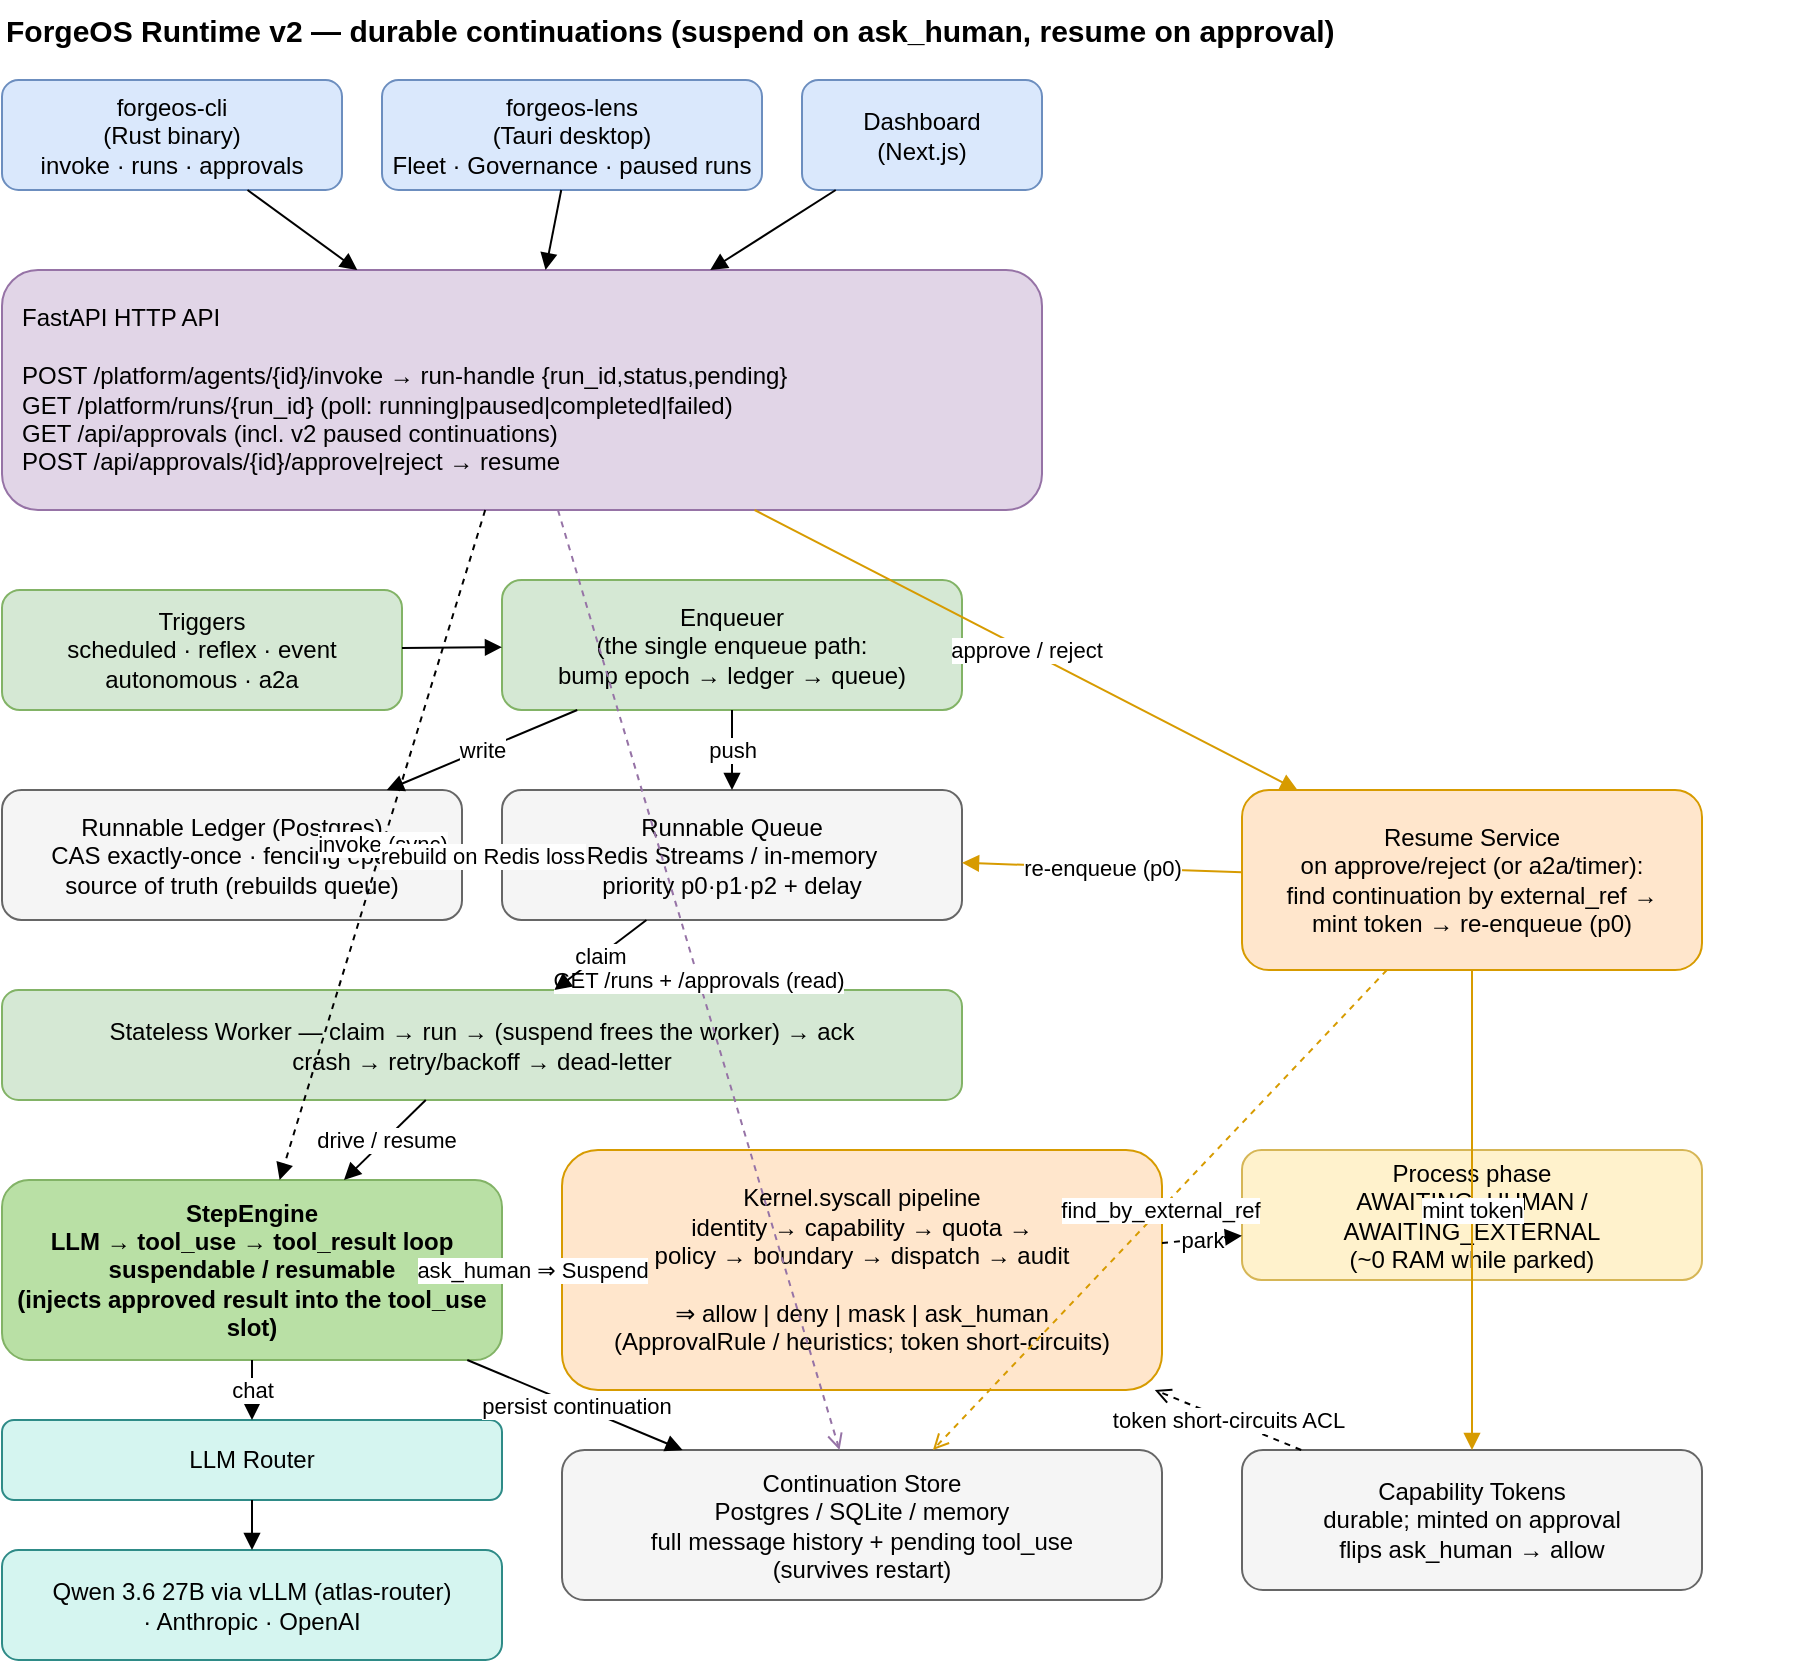
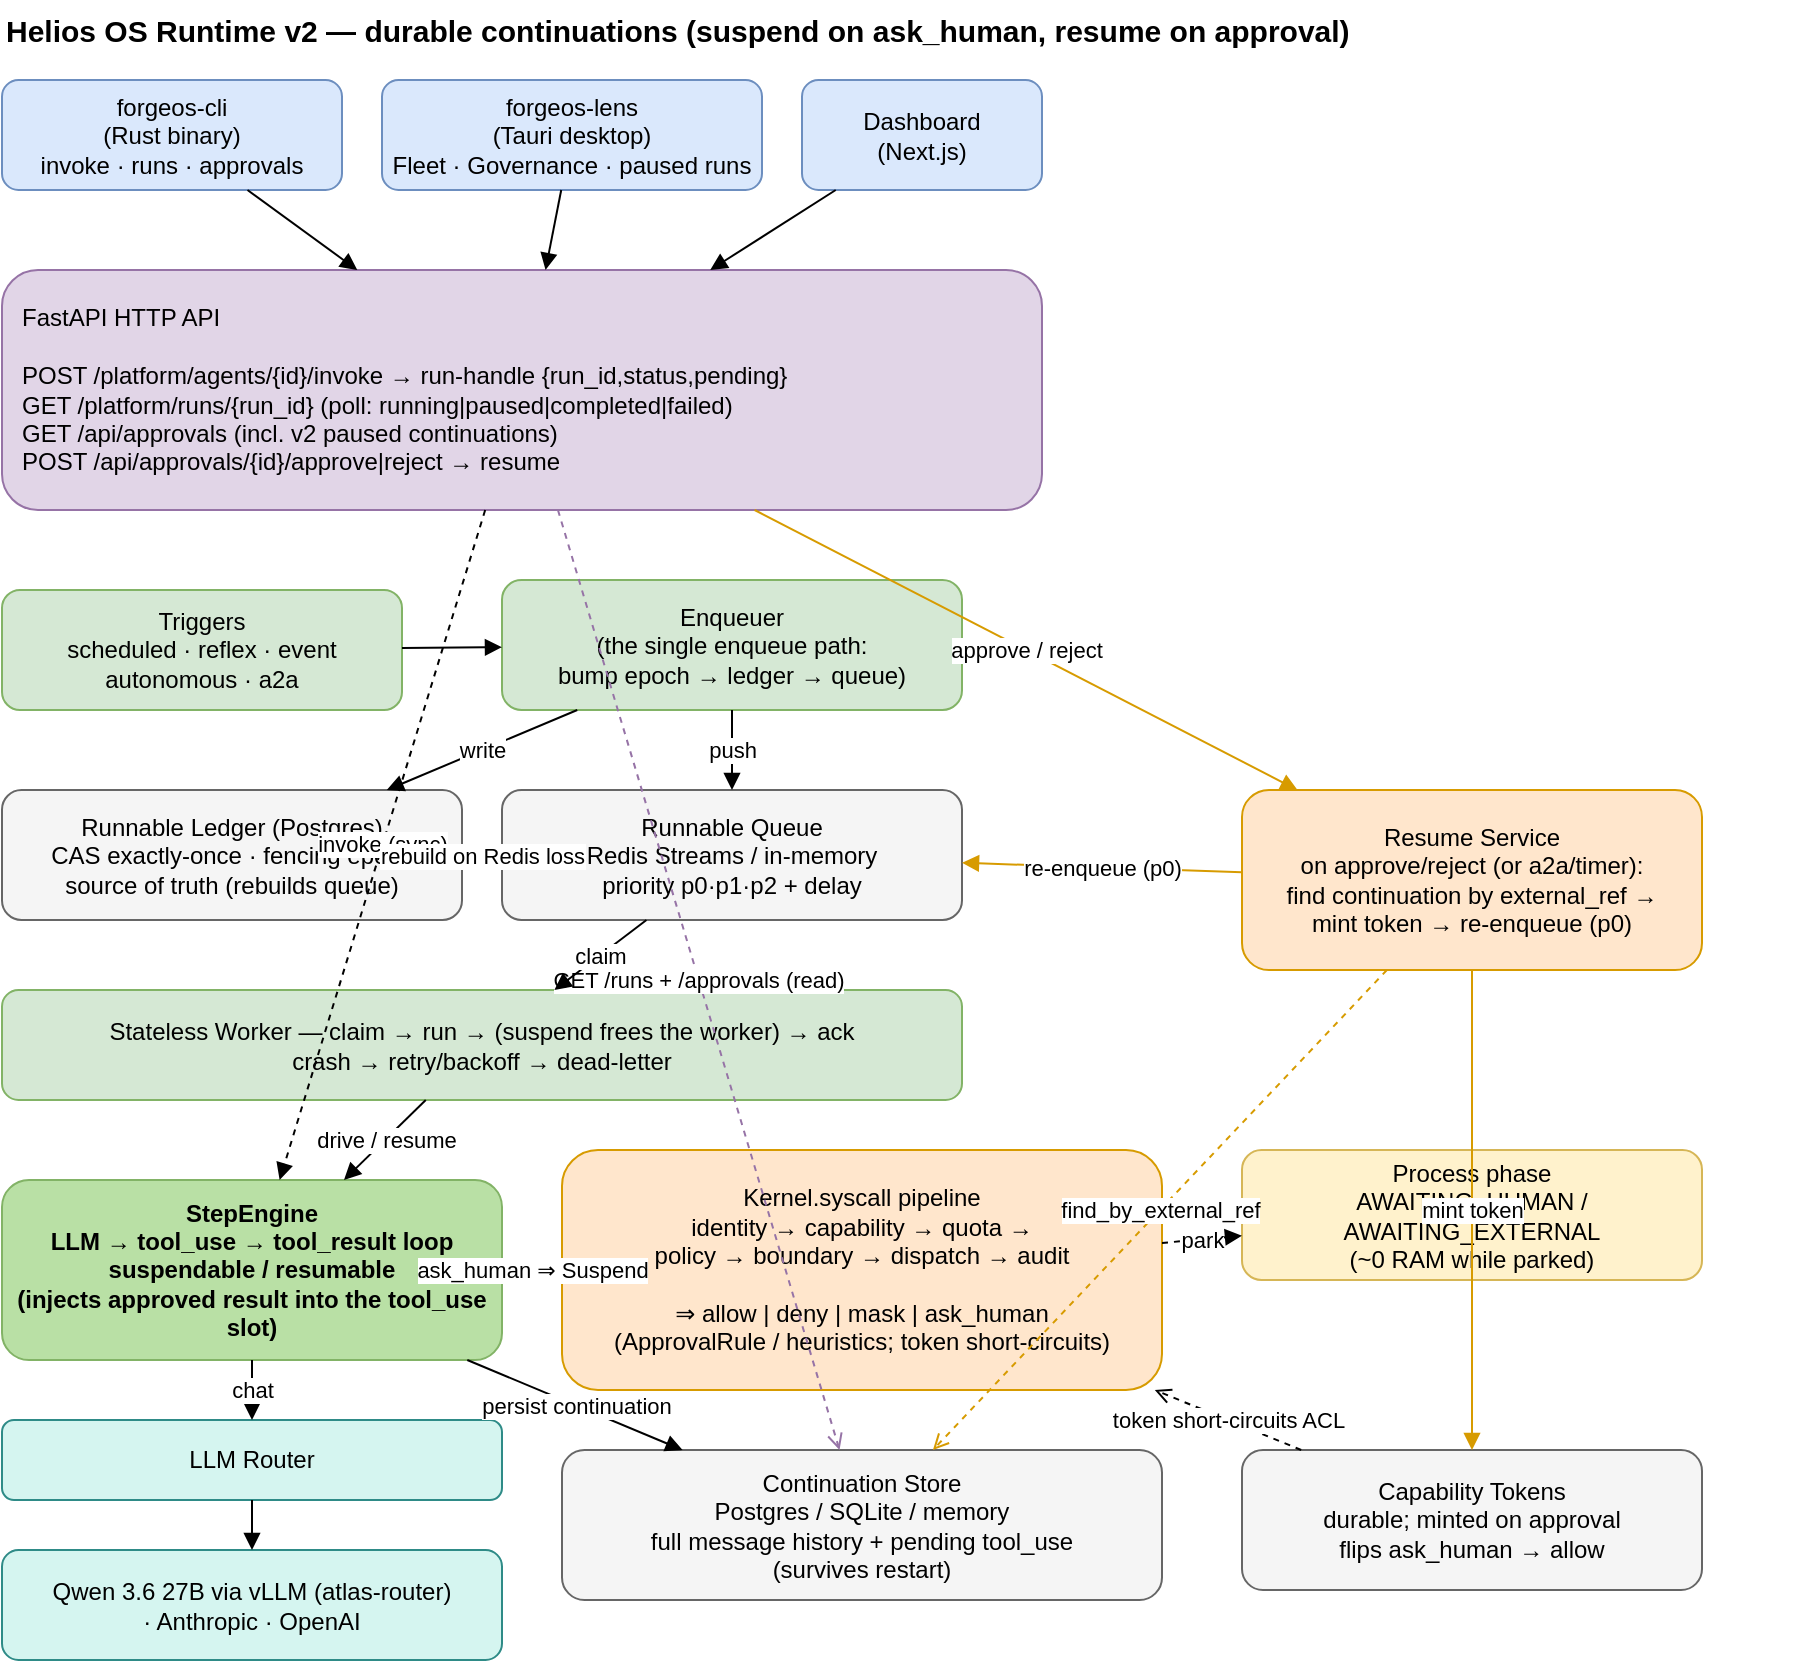
<mxfile host="app.diagrams.net" agent="forgeos" version="24.0.0">
-   <diagram id="runtime-v2" name="ForgeOS Runtime v2 — Durable Continuations">
+   <diagram id="runtime-v2" name="Helios OS Runtime v2 — Durable Continuations">
    <mxGraphModel dx="1100" dy="800" grid="1" gridSize="10" guides="1" tooltips="1" connect="1" arrows="1" fold="1" page="1" pageScale="1" pageWidth="1169" pageHeight="900" math="0" shadow="0">
      <root>
        <mxCell id="0" />
        <mxCell id="1" parent="0" />

        <!-- Title -->
-         <mxCell id="title" value="ForgeOS Runtime v2 — durable continuations (suspend on ask_human, resume on approval)" style="text;html=1;fontStyle=1;fontSize=15;align=left;verticalAlign=middle;" vertex="1" parent="1">
+         <mxCell id="title" value="Helios OS Runtime v2 — durable continuations (suspend on ask_human, resume on approval)" style="text;html=1;fontStyle=1;fontSize=15;align=left;verticalAlign=middle;" vertex="1" parent="1">
          <mxGeometry x="40" y="20" width="900" height="30" as="geometry" />
        </mxCell>

        <!-- Clients -->
        <mxCell id="cli" value="forgeos-cli&#10;(Rust binary)&#10;invoke · runs · approvals" style="rounded=1;whiteSpace=wrap;html=1;fillColor=#dae8fc;strokeColor=#6c8ebf;" vertex="1" parent="1">
          <mxGeometry x="40" y="60" width="170" height="55" as="geometry" />
        </mxCell>
        <mxCell id="lens" value="forgeos-lens&#10;(Tauri desktop)&#10;Fleet · Governance · paused runs" style="rounded=1;whiteSpace=wrap;html=1;fillColor=#dae8fc;strokeColor=#6c8ebf;" vertex="1" parent="1">
          <mxGeometry x="230" y="60" width="190" height="55" as="geometry" />
        </mxCell>
        <mxCell id="dash" value="Dashboard&#10;(Next.js)" style="rounded=1;whiteSpace=wrap;html=1;fillColor=#dae8fc;strokeColor=#6c8ebf;" vertex="1" parent="1">
          <mxGeometry x="440" y="60" width="120" height="55" as="geometry" />
        </mxCell>

        <!-- HTTP API -->
        <mxCell id="api" value="FastAPI HTTP API&#10;&#10;POST /platform/agents/{id}/invoke  →  run-handle {run_id,status,pending}&#10;GET  /platform/runs/{run_id}        (poll: running|paused|completed|failed)&#10;GET  /api/approvals                  (incl. v2 paused continuations)&#10;POST /api/approvals/{id}/approve|reject  →  resume" style="rounded=1;whiteSpace=wrap;html=1;align=left;fillColor=#e1d5e7;strokeColor=#9673a6;spacingLeft=8;" vertex="1" parent="1">
          <mxGeometry x="40" y="155" width="520" height="120" as="geometry" />
        </mxCell>

        <!-- Triggers + Enqueuer -->
        <mxCell id="triggers" value="Triggers&#10;scheduled · reflex · event&#10;autonomous · a2a" style="rounded=1;whiteSpace=wrap;html=1;fillColor=#d5e8d4;strokeColor=#82b366;" vertex="1" parent="1">
          <mxGeometry x="40" y="315" width="200" height="60" as="geometry" />
        </mxCell>
        <mxCell id="enqueuer" value="Enqueuer&#10;(the single enqueue path:&#10;bump epoch → ledger → queue)" style="rounded=1;whiteSpace=wrap;html=1;fillColor=#d5e8d4;strokeColor=#82b366;" vertex="1" parent="1">
          <mxGeometry x="290" y="310" width="230" height="65" as="geometry" />
        </mxCell>

        <!-- Ledger + Queue -->
        <mxCell id="ledger" value="Runnable Ledger (Postgres)&#10;CAS exactly-once · fencing epoch&#10;source of truth (rebuilds queue)" style="rounded=1;whiteSpace=wrap;html=1;fillColor=#f5f5f5;strokeColor=#666666;" vertex="1" parent="1">
          <mxGeometry x="40" y="415" width="230" height="65" as="geometry" />
        </mxCell>
        <mxCell id="queue" value="Runnable Queue&#10;Redis Streams / in-memory&#10;priority p0·p1·p2 + delay" style="rounded=1;whiteSpace=wrap;html=1;fillColor=#f5f5f5;strokeColor=#666666;" vertex="1" parent="1">
          <mxGeometry x="290" y="415" width="230" height="65" as="geometry" />
        </mxCell>

        <!-- Worker -->
        <mxCell id="worker" value="Stateless Worker  —  claim → run → (suspend frees the worker) → ack&#10;crash → retry/backoff → dead-letter" style="rounded=1;whiteSpace=wrap;html=1;fillColor=#d5e8d4;strokeColor=#82b366;" vertex="1" parent="1">
          <mxGeometry x="40" y="515" width="480" height="55" as="geometry" />
        </mxCell>

        <!-- StepEngine -->
        <mxCell id="engine" value="StepEngine&#10;LLM → tool_use → tool_result loop&#10;suspendable / resumable&#10;(injects approved result into the tool_use slot)" style="rounded=1;whiteSpace=wrap;html=1;fillColor=#b9e0a5;strokeColor=#82b366;fontStyle=1;" vertex="1" parent="1">
          <mxGeometry x="40" y="610" width="250" height="90" as="geometry" />
        </mxCell>

        <!-- Kernel -->
        <mxCell id="kernel" value="Kernel.syscall pipeline&#10;identity → capability → quota →&#10;policy → boundary → dispatch → audit&#10;&#10;⇒ allow | deny | mask | ask_human&#10;(ApprovalRule / heuristics; token short-circuits)" style="rounded=1;whiteSpace=wrap;html=1;fillColor=#ffe6cc;strokeColor=#d79b00;" vertex="1" parent="1">
          <mxGeometry x="320" y="595" width="300" height="120" as="geometry" />
        </mxCell>

        <!-- Process state -->
        <mxCell id="proc" value="Process phase&#10;AWAITING_HUMAN / AWAITING_EXTERNAL&#10;(~0 RAM while parked)" style="rounded=1;whiteSpace=wrap;html=1;fillColor=#fff2cc;strokeColor=#d6b656;" vertex="1" parent="1">
          <mxGeometry x="660" y="595" width="230" height="65" as="geometry" />
        </mxCell>

        <!-- Continuation store -->
        <mxCell id="contstore" value="Continuation Store&#10;Postgres / SQLite / memory&#10;full message history + pending tool_use&#10;(survives restart)" style="rounded=1;whiteSpace=wrap;html=1;fillColor=#f5f5f5;strokeColor=#666666;" vertex="1" parent="1">
          <mxGeometry x="320" y="745" width="300" height="75" as="geometry" />
        </mxCell>

        <!-- Capability tokens -->
        <mxCell id="captokens" value="Capability Tokens&#10;durable; minted on approval&#10;flips ask_human → allow" style="rounded=1;whiteSpace=wrap;html=1;fillColor=#f5f5f5;strokeColor=#666666;" vertex="1" parent="1">
          <mxGeometry x="660" y="745" width="230" height="70" as="geometry" />
        </mxCell>

        <!-- Resume service -->
        <mxCell id="resume" value="Resume Service&#10;on approve/reject (or a2a/timer):&#10;find continuation by external_ref →&#10;mint token → re-enqueue (p0)" style="rounded=1;whiteSpace=wrap;html=1;fillColor=#ffe6cc;strokeColor=#d79b00;" vertex="1" parent="1">
          <mxGeometry x="660" y="415" width="230" height="90" as="geometry" />
        </mxCell>

        <!-- LLM router + providers -->
        <mxCell id="llmrouter" value="LLM Router" style="rounded=1;whiteSpace=wrap;html=1;fillColor=#d5f5f0;strokeColor=#2e8b87;" vertex="1" parent="1">
          <mxGeometry x="40" y="730" width="250" height="40" as="geometry" />
        </mxCell>
        <mxCell id="providers" value="Qwen 3.6 27B via vLLM (atlas-router)&#10;· Anthropic · OpenAI" style="rounded=1;whiteSpace=wrap;html=1;fillColor=#d5f5f0;strokeColor=#2e8b87;" vertex="1" parent="1">
          <mxGeometry x="40" y="795" width="250" height="55" as="geometry" />
        </mxCell>

        <!-- Edges: clients -> api -->
        <mxCell id="e_cli" style="endArrow=block;html=1;" edge="1" parent="1" source="cli" target="api"><mxGeometry relative="1" as="geometry" /></mxCell>
        <mxCell id="e_lens" style="endArrow=block;html=1;" edge="1" parent="1" source="lens" target="api"><mxGeometry relative="1" as="geometry" /></mxCell>
        <mxCell id="e_dash" style="endArrow=block;html=1;" edge="1" parent="1" source="dash" target="api"><mxGeometry relative="1" as="geometry" /></mxCell>

        <!-- API invoke -> engine (sync), API approve -> resume, API reads -> stores -->
        <mxCell id="e_invoke" value="invoke (sync)" style="endArrow=block;html=1;dashed=1;" edge="1" parent="1" source="api" target="engine"><mxGeometry relative="1" as="geometry" /></mxCell>
        <mxCell id="e_approve" value="approve / reject" style="endArrow=block;html=1;strokeColor=#d79b00;" edge="1" parent="1" source="api" target="resume"><mxGeometry relative="1" as="geometry" /></mxCell>
        <mxCell id="e_runsread" value="GET /runs + /approvals (read)" style="endArrow=open;html=1;dashed=1;strokeColor=#9673a6;" edge="1" parent="1" source="api" target="contstore"><mxGeometry relative="1" as="geometry" /></mxCell>

        <!-- durable path -->
        <mxCell id="e_trig" style="endArrow=block;html=1;" edge="1" parent="1" source="triggers" target="enqueuer"><mxGeometry relative="1" as="geometry" /></mxCell>
        <mxCell id="e_enq_led" value="write" style="endArrow=block;html=1;" edge="1" parent="1" source="enqueuer" target="ledger"><mxGeometry relative="1" as="geometry" /></mxCell>
        <mxCell id="e_enq_q" value="push" style="endArrow=block;html=1;" edge="1" parent="1" source="enqueuer" target="queue"><mxGeometry relative="1" as="geometry" /></mxCell>
        <mxCell id="e_q_w" value="claim" style="endArrow=block;html=1;" edge="1" parent="1" source="queue" target="worker"><mxGeometry relative="1" as="geometry" /></mxCell>
        <mxCell id="e_w_eng" value="drive / resume" style="endArrow=block;html=1;" edge="1" parent="1" source="worker" target="engine"><mxGeometry relative="1" as="geometry" /></mxCell>

        <!-- engine <-> kernel -->
        <mxCell id="e_eng_k" value="every tool.call" style="endArrow=block;html=1;" edge="1" parent="1" source="engine" target="kernel"><mxGeometry relative="1" as="geometry" /></mxCell>
        <mxCell id="e_k_eng" value="ask_human ⇒ Suspend" style="endArrow=block;html=1;dashed=1;strokeColor=#d79b00;" edge="1" parent="1" source="kernel" target="engine"><mxGeometry relative="1" as="geometry" /></mxCell>

        <!-- engine -> stores / proc / llm -->
        <mxCell id="e_eng_cont" value="persist continuation" style="endArrow=block;html=1;" edge="1" parent="1" source="engine" target="contstore"><mxGeometry relative="1" as="geometry" /></mxCell>
        <mxCell id="e_k_proc" value="park" style="endArrow=block;html=1;dashed=1;" edge="1" parent="1" source="kernel" target="proc"><mxGeometry relative="1" as="geometry" /></mxCell>
        <mxCell id="e_eng_llm" value="chat" style="endArrow=block;html=1;" edge="1" parent="1" source="engine" target="llmrouter"><mxGeometry relative="1" as="geometry" /></mxCell>
        <mxCell id="e_llm_prov" style="endArrow=block;html=1;" edge="1" parent="1" source="llmrouter" target="providers"><mxGeometry relative="1" as="geometry" /></mxCell>

        <!-- resume -> tokens / queue / contstore -->
        <mxCell id="e_res_tok" value="mint token" style="endArrow=block;html=1;strokeColor=#d79b00;" edge="1" parent="1" source="resume" target="captokens"><mxGeometry relative="1" as="geometry" /></mxCell>
        <mxCell id="e_res_q" value="re-enqueue (p0)" style="endArrow=block;html=1;strokeColor=#d79b00;" edge="1" parent="1" source="resume" target="queue"><mxGeometry relative="1" as="geometry" /></mxCell>
        <mxCell id="e_res_cont" value="find_by_external_ref" style="endArrow=open;html=1;dashed=1;strokeColor=#d79b00;" edge="1" parent="1" source="resume" target="contstore"><mxGeometry relative="1" as="geometry" /></mxCell>

        <!-- token feeds kernel -->
        <mxCell id="e_tok_k" value="token short-circuits ACL" style="endArrow=open;html=1;dashed=1;" edge="1" parent="1" source="captokens" target="kernel"><mxGeometry relative="1" as="geometry" /></mxCell>

        <!-- ledger backs queue -->
        <mxCell id="e_led_q" value="rebuild on Redis loss" style="endArrow=open;html=1;dashed=1;" edge="1" parent="1" source="ledger" target="queue"><mxGeometry relative="1" as="geometry" /></mxCell>
      </root>
    </mxGraphModel>
  </diagram>
</mxfile>
